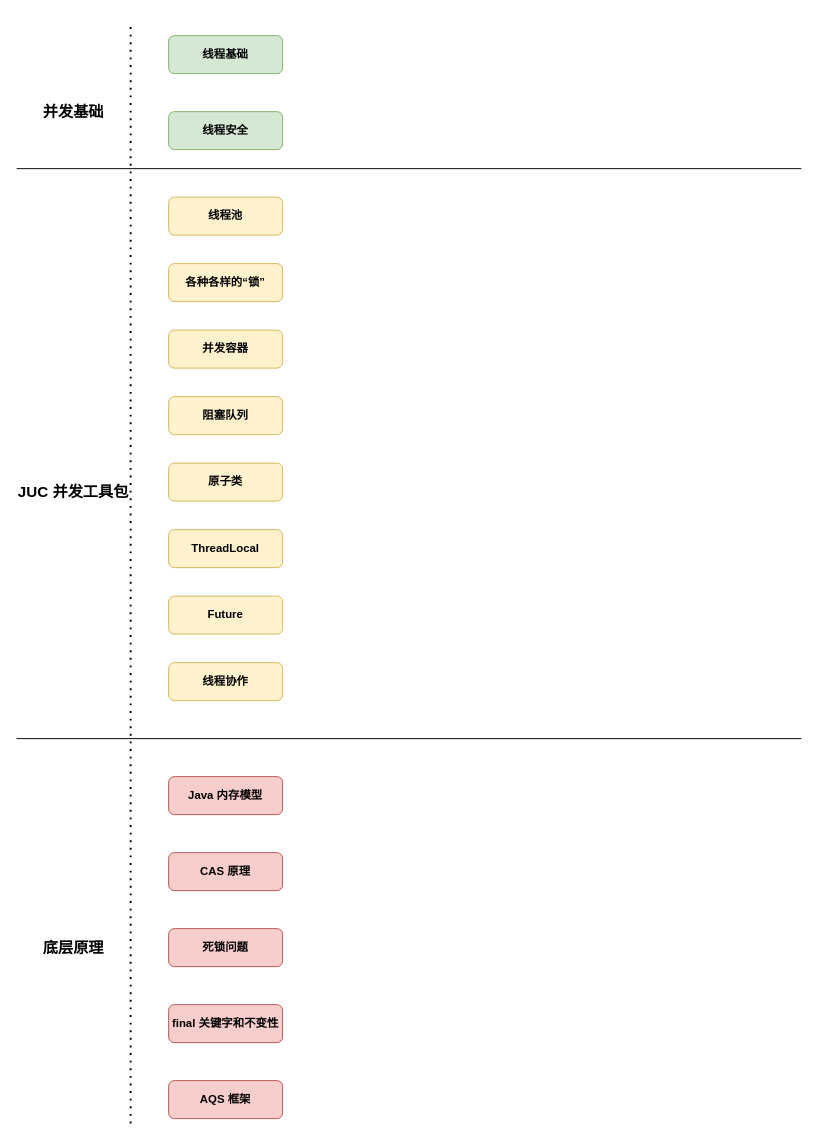
Above: java-concurrent-programming/JUC.drawio in zhuyee/draw (draw.io), before the change. Source tidied: cells renumbered, new cells numbered last; positions are measured from the earlier drawing's top-left corner, leaving out a move shared by most shapes. Both pictures are drawn from the tidied source at 95%, with x=0, y=0 at pixel (16, 21).
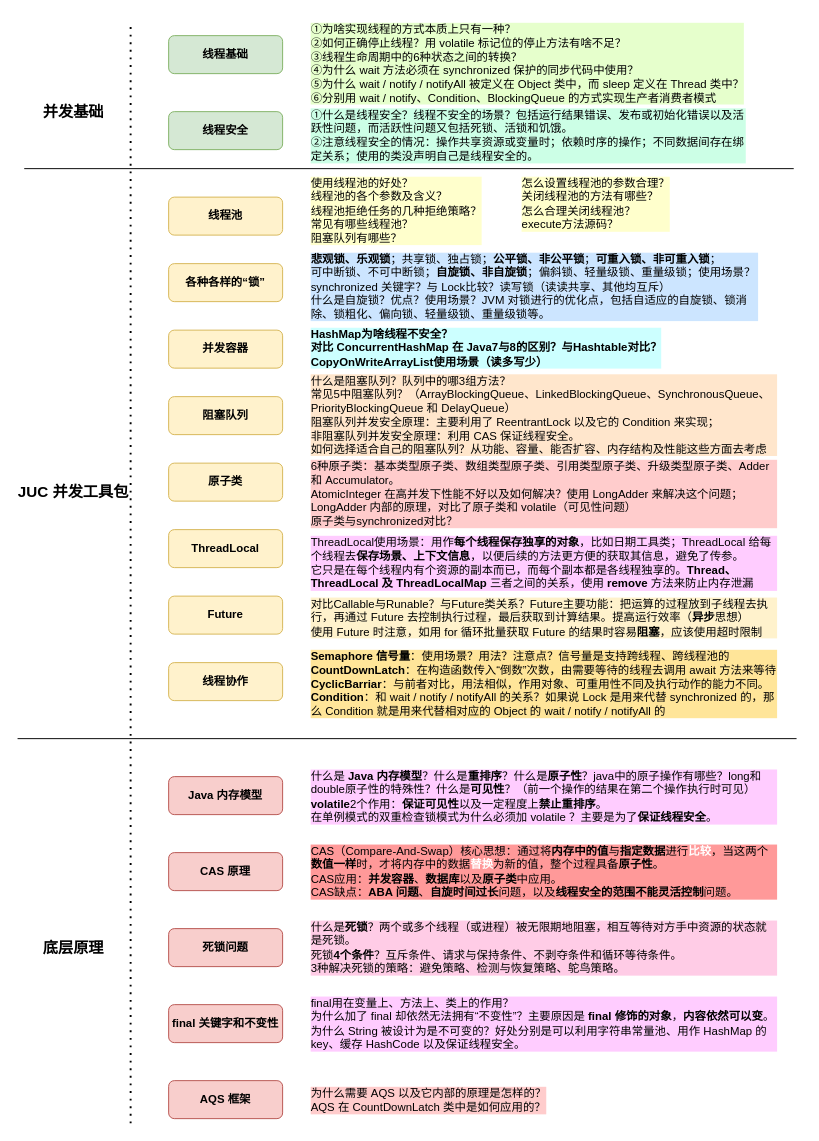
The same page after the edit.

Commit message:
新增：完成知识框架内容

What changed in the source:
```diff
@@
     <mxCell id="2" style="endArrow=none;html=1;rounded=0;" parent="1" edge="1">
       <mxGeometry relative="1" as="geometry">
-        <mxPoint y="155" as="sourcePoint" />
-        <mxPoint x="826" y="155" as="targetPoint" />
+        <mxPoint x="8" y="155" as="sourcePoint" />
+        <mxPoint x="818" y="155" as="targetPoint" />
       </mxGeometry>
     </mxCell>
     <mxCell id="3" style="endArrow=none;html=1;rounded=0;" parent="1" edge="1">
       <mxGeometry relative="1" as="geometry">
-        <mxPoint y="755" as="sourcePoint" />
-        <mxPoint x="826" y="755" as="targetPoint" />
+        <mxPoint x="1" y="755" as="sourcePoint" />
+        <mxPoint x="821" y="755" as="targetPoint" />
       </mxGeometry>
     </mxCell>
@@
+    <mxCell id="23" value="①为啥实现线程的方式本质上只有一种？&lt;br&gt;②如何正确停止线程？用 volatile 标记位的停止方法有啥不足？&lt;br&gt;③线程生命周期中的6种状态之间的转换？&lt;br&gt;④为什么 wait 方法必须在 synchronized 保护的同步代码中使用？&lt;br&gt;⑤为什么 wait / notify / notifyAll 被定义在 Object 类中，而 sleep 定义在 Thread 类中？&lt;br&gt;⑥分别用 wait / notify、Condition、BlockingQueue 的方式实现生产者消费者模式" style="text;html=1;strokeColor=none;fillColor=none;align=left;verticalAlign=top;whiteSpace=wrap;rounded=0;labelBackgroundColor=#E6FFCC;" parent="1" vertex="1">
+      <mxGeometry x="307.5" y="-5" width="460" height="100" as="geometry" />
+    </mxCell>
+    <mxCell id="24" value="①什么是线程安全？线程不安全的场景？包括运行结果错误、发布或初始化错误以及活跃性问题，而活跃性问题又包括死锁、活锁和饥饿。&lt;br&gt;②注意线程安全的情况：操作共享资源或变量时；依赖时序的操作；不同数据间存在绑定关系；使用的类没声明自己是线程安全的。" style="text;html=1;strokeColor=none;fillColor=none;align=left;verticalAlign=top;whiteSpace=wrap;rounded=0;labelBackgroundColor=#CCFFE6;" parent="1" vertex="1">
+      <mxGeometry x="307.5" y="85" width="460" height="70" as="geometry" />
+    </mxCell>
+    <mxCell id="25" value="使用线程池的好处？&lt;br&gt;线程池的各个参数及含义？&lt;br&gt;线程池拒绝任务的几种拒绝策略？&lt;br&gt;常见有哪些线程池？&lt;br&gt;阻塞队列有哪些？" style="text;html=1;strokeColor=none;fillColor=none;align=left;verticalAlign=top;whiteSpace=wrap;rounded=0;labelBackgroundColor=#FFFFCC;" parent="1" vertex="1">
+      <mxGeometry x="307.5" y="157" width="182.5" height="80" as="geometry" />
+    </mxCell>
+    <mxCell id="26" value="怎么设置线程池的参数合理？&lt;br&gt;关闭线程池的方法有哪些？&lt;br&gt;怎么合理关闭线程池？&lt;br&gt;execute方法源码？" style="text;html=1;strokeColor=none;fillColor=none;align=left;verticalAlign=top;whiteSpace=wrap;rounded=0;labelBackgroundColor=#FFFFCC;" parent="1" vertex="1">
+      <mxGeometry x="530" y="157" width="182.5" height="80" as="geometry" />
+    </mxCell>
+    <mxCell id="27" value="&lt;b&gt;悲观锁、乐观锁&lt;/b&gt;；共享锁、独占锁；&lt;b&gt;公平锁、非公平锁&lt;/b&gt;；&lt;b&gt;可重入锁、非可重入锁&lt;/b&gt;；&lt;br&gt;可中断锁、不可中断锁；&lt;b&gt;自旋锁、非自旋锁&lt;/b&gt;；偏斜锁、轻量级锁、重量级锁；使用场景？&lt;br&gt;synchronized 关键字？与 Lock比较？读写锁（读读共享、其他均互斥）&lt;br&gt;什么是自旋锁？优点？使用场景？JVM 对锁进行的优化点，包括自适应的自旋锁、锁消除、锁粗化、偏向锁、轻量级锁、重量级锁等。" style="text;html=1;strokeColor=none;fillColor=none;align=left;verticalAlign=top;whiteSpace=wrap;rounded=0;labelBackgroundColor=#CCE5FF;" parent="1" vertex="1">
+      <mxGeometry x="307.5" y="237" width="472.5" height="80" as="geometry" />
+    </mxCell>
+    <mxCell id="28" value="&lt;b&gt;HashMap为啥线程不安全？&lt;br&gt;对比 ConcurrentHashMap 在 Java7与8的区别？与Hashtable对比？&lt;br&gt;CopyOnWriteArrayList使用场景（读多写少）&lt;br&gt;&lt;/b&gt;" style="text;html=1;strokeColor=none;fillColor=none;align=left;verticalAlign=top;whiteSpace=wrap;rounded=0;labelBackgroundColor=#CCFFFF;labelBorderColor=none;" parent="1" vertex="1">
+      <mxGeometry x="307.5" y="316" width="472.5" height="58" as="geometry" />
+    </mxCell>
+    <mxCell id="29" value="什么是阻塞队列？队列中的哪3组方法？&lt;br&gt;常见5中阻塞队列？（ArrayBlockingQueue、LinkedBlockingQueue、SynchronousQueue、PriorityBlockingQueue 和 DelayQueue）&lt;br&gt;阻塞队列并发安全原理：主要利用了 ReentrantLock 以及它的 Condition 来实现；&lt;br&gt;非阻塞队列并发安全原理：利用 CAS 保证线程安全。&lt;br&gt;如何选择适合自己的阻塞队列？从功能、容量、能否扩容、内存结构及性能这些方面去考虑" style="text;html=1;strokeColor=none;fillColor=none;align=left;verticalAlign=top;whiteSpace=wrap;rounded=0;labelBackgroundColor=#FFE6CC;" parent="1" vertex="1">
+      <mxGeometry x="307.5" y="365" width="492.5" height="100" as="geometry" />
+    </mxCell>
+    <mxCell id="30" value="6种原子类：基本类型原子类、数组类型原子类、引用类型原子类、升级类型原子类、Adder 和 Accumulator。&lt;br&gt;AtomicInteger 在高并发下性能不好以及如何解决？使用 LongAdder 来解决这个问题；&lt;br&gt;LongAdder 内部的原理，对比了原子类和 volatile（可见性问题）&lt;br&gt;原子类与synchronized对比？" style="text;html=1;strokeColor=none;fillColor=none;align=left;verticalAlign=top;whiteSpace=wrap;rounded=0;labelBackgroundColor=#FFCCCC;" parent="1" vertex="1">
+      <mxGeometry x="307.5" y="455" width="492.5" height="80" as="geometry" />
+    </mxCell>
+    <mxCell id="31" value="ThreadLocal使用场景：用作&lt;b&gt;每个线程保存独享的对象&lt;/b&gt;，比如日期工具类；ThreadLocal 给每个线程去&lt;b&gt;保存场景、上下文信息&lt;/b&gt;，以便后续的方法更方便的获取其信息，避免了传参。&lt;br&gt;它只是在每个线程内有个资源的副本而已，而每个副本都是各线程独享的。&lt;b&gt;Thread、ThreadLocal 及 ThreadLocalMap&lt;/b&gt; 三者之间的关系，使用 &lt;b&gt;remove&lt;/b&gt; 方法来防止内存泄漏" style="text;html=1;strokeColor=none;fillColor=none;align=left;verticalAlign=top;whiteSpace=wrap;rounded=0;labelBackgroundColor=#FFCCFF;" parent="1" vertex="1">
+      <mxGeometry x="307.5" y="535" width="492.5" height="65" as="geometry" />
+    </mxCell>
+    <mxCell id="32" value="对比Callable与Runable？与Future类关系？Future主要功能：把运算的过程放到子线程去执行，再通过 Future 去控制执行过程，最后获取到计算结果。提高运行效率（&lt;b&gt;异步&lt;/b&gt;思想）&lt;br&gt;使用 Future 时注意，如用 for 循环批量获取 Future 的结果时容易&lt;b&gt;阻塞&lt;/b&gt;，应该使用超时限制" style="text;html=1;strokeColor=none;fillColor=none;align=left;verticalAlign=top;whiteSpace=wrap;rounded=0;labelBackgroundColor=#FFF2CC;" parent="1" vertex="1">
+      <mxGeometry x="307.5" y="600" width="492.5" height="57" as="geometry" />
+    </mxCell>
+    <mxCell id="33" value="&lt;b&gt;Semaphore 信号量&lt;/b&gt;：使用场景？用法？注意点？信号量是支持跨线程、跨线程池的&lt;br&gt;&lt;b&gt;CountDownLatch&lt;/b&gt;：在构造函数传入“倒数”次数，由需要等待的线程去调用 await 方法来等待&lt;br&gt;&lt;b&gt;CyclicBarriar&lt;/b&gt;：与前者对比，用法相似，作用对象、可重用性不同及执行动作的能力不同。&lt;br&gt;&lt;b&gt;Condition&lt;/b&gt;：和 wait / notify / notifyAll 的关系？如果说 Lock 是用来代替 synchronized 的，那么 Condition 就是用来代替相对应的 Object 的 wait / notify / notifyAll 的" style="text;html=1;strokeColor=none;fillColor=none;align=left;verticalAlign=top;whiteSpace=wrap;rounded=0;labelBackgroundColor=#FFE599;" parent="1" vertex="1">
+      <mxGeometry x="307.5" y="655" width="492.5" height="80" as="geometry" />
+    </mxCell>
+    <mxCell id="34" value="什么是 &lt;b&gt;Java 内存模型&lt;/b&gt;？什么是&lt;b&gt;重排序&lt;/b&gt;？什么是&lt;b&gt;原子性&lt;/b&gt;？java中的原子操作有哪些？long和double原子性的特殊性？什么是&lt;b&gt;可见性&lt;/b&gt;？（前一个操作的结果在第二个操作执行时可见）&lt;br&gt;&lt;b&gt;volatile&lt;/b&gt;2个作用：&lt;b&gt;保证可见性&lt;/b&gt;以及一定程度上&lt;b&gt;禁止重排序&lt;/b&gt;。&lt;br&gt;在单例模式的双重检查锁模式为什么必须加 volatile ？主要是为了&lt;b&gt;保证线程安全&lt;/b&gt;。" style="text;html=1;strokeColor=none;fillColor=none;align=left;verticalAlign=top;whiteSpace=wrap;rounded=0;labelBackgroundColor=#FFCCFF;" parent="1" vertex="1">
+      <mxGeometry x="307.5" y="780.5" width="492.5" height="69" as="geometry" />
+    </mxCell>
+    <mxCell id="35" value="CAS（Compare-And-Swap）核心思想：通过将&lt;b&gt;内存中的值&lt;/b&gt;与&lt;b&gt;指定数据&lt;/b&gt;进行&lt;b&gt;&lt;font color=&quot;#ffffff&quot;&gt;比较&lt;/font&gt;&lt;/b&gt;，当这两个&lt;b&gt;数值一样&lt;/b&gt;时，才将内存中的数据&lt;b&gt;&lt;font color=&quot;#ffffff&quot;&gt;替换&lt;/font&gt;&lt;/b&gt;为新的值，整个过程具备&lt;b&gt;原子性&lt;/b&gt;。&lt;br&gt;CAS应用：&lt;b&gt;并发容器&lt;/b&gt;、&lt;b&gt;数据库&lt;/b&gt;以及&lt;b&gt;原子类&lt;/b&gt;中应用。&lt;br&gt;CAS缺点：&lt;b&gt;ABA 问题&lt;/b&gt;、&lt;b&gt;自旋时间过长&lt;/b&gt;问题，以及&lt;b&gt;线程安全的范围不能灵活控制&lt;/b&gt;问题。" style="text;html=1;strokeColor=none;fillColor=none;align=left;verticalAlign=top;whiteSpace=wrap;rounded=0;labelBackgroundColor=#FF9999;" parent="1" vertex="1">
+      <mxGeometry x="307.5" y="860" width="492.5" height="70" as="geometry" />
+    </mxCell>
+    <mxCell id="36" value="什么是&lt;b&gt;死锁&lt;/b&gt;？两个或多个线程（或进程）被无限期地阻塞，相互等待对方手中资源的状态就是死锁。&lt;br&gt;死锁&lt;b&gt;4个条件&lt;/b&gt;？互斥条件、请求与保持条件、不剥夺条件和循环等待条件。&lt;br&gt;3种解决死锁的策略：避免策略、检测与恢复策略、鸵鸟策略。" style="text;html=1;strokeColor=none;fillColor=none;align=left;verticalAlign=top;whiteSpace=wrap;rounded=0;labelBackgroundColor=#FFCCE6;" parent="1" vertex="1">
+      <mxGeometry x="307.5" y="940" width="492.5" height="70" as="geometry" />
+    </mxCell>
+    <mxCell id="37" value="final用在变量上、方法上、类上的作用？&lt;br&gt;为什么加了 final 却依然无法拥有“不变性”？主要原因是 &lt;b&gt;final 修饰的对象&lt;/b&gt;，&lt;b&gt;内容依然可以变&lt;/b&gt;。&lt;br&gt;为什么 String 被设计为是不可变的？好处分别是可以利用字符串常量池、用作 HashMap 的 key、缓存 HashCode 以及保证线程安全。" style="text;html=1;strokeColor=none;fillColor=none;align=left;verticalAlign=top;whiteSpace=wrap;rounded=0;labelBackgroundColor=#FFCCFF;" parent="1" vertex="1">
+      <mxGeometry x="307.5" y="1020" width="492.5" height="70" as="geometry" />
+    </mxCell>
+    <mxCell id="38" value="为什么需要 AQS 以及它内部的原理是怎样的？&lt;br&gt;AQS 在 CountDownLatch 类中是如何应用的？" style="text;html=1;strokeColor=none;fillColor=none;align=left;verticalAlign=top;whiteSpace=wrap;rounded=0;labelBackgroundColor=#FFCCCC;" parent="1" vertex="1">
+      <mxGeometry x="307.5" y="1115" width="492.5" height="40" as="geometry" />
+    </mxCell>
```
